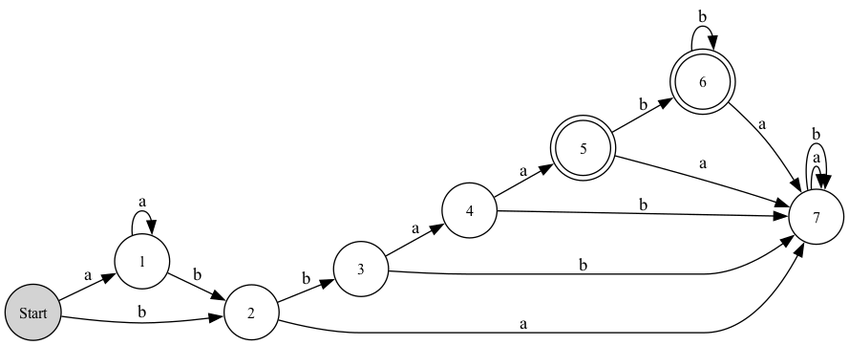
Earlier version of the Graphviz export pngs/dfa_graph.png (estebandonis/Proyecto1-TeoriaDeLaComputacion). Its source is kept beside it as pngs/dfa_graph.dot.
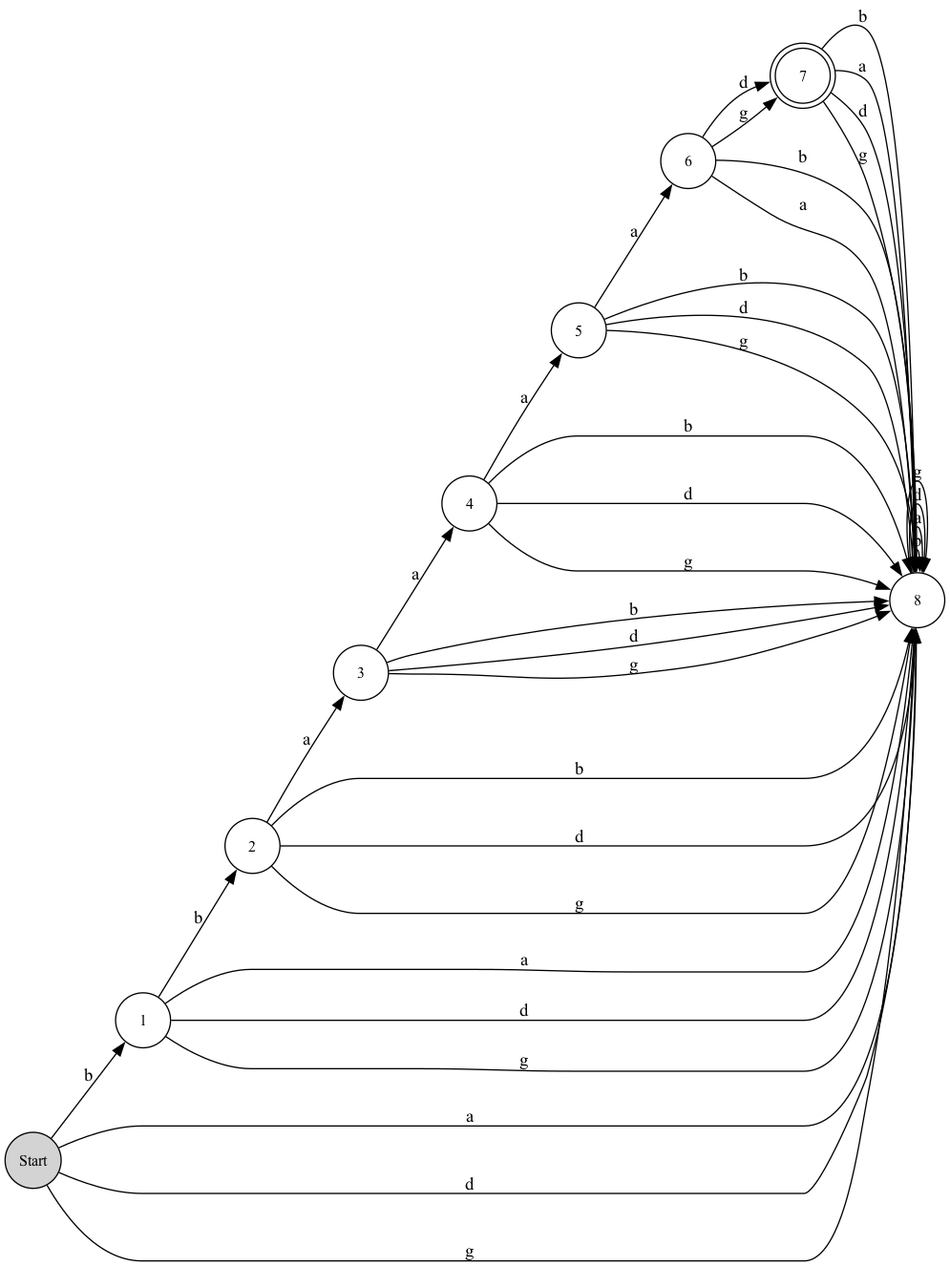
The same diagram one commit later.

The edit, as a diff of the source:
```diff
@@ -1,90 +1,153 @@
 digraph G {
-	graph [bb="0,0,252.29,252.42",
+	graph [bb="0,0,205.56,208.6",
 		rankdir=LR
 	];
 	node [label="\N"];
 	Start	[fontsize=12,
 		height=0.61168,
-		pos="142.59,22.02",
+		pos="115.76,22.02",
 		shape=circle,
 		style=filled,
 		width=0.61168];
 	1	[fontsize=12,
 		height=0.6,
-		pos="206.69,46.412",
+		pos="165.68,53.537",
 		width=0.6];
-	Start -> 1	[label=a,
-		lp="172.63,40.561",
-		pos="e,186.31,38.657 163.58,30.007 167.45,31.483 171.58,33.053 175.68,34.615"];
+	Start -> 1	[label=b,
+		lp="139.56,43.164",
+		pos="e,147.12,41.814 134.64,33.936 135.66,34.581 136.69,35.235 137.74,35.893"];
+	8	[fontsize=12,
+		height=0.6,
+		pos="102.7,104.81",
+		width=0.6];
+	Start -> 8	[label=a,
+		lp="94.963,64.475",
+		pos="e,94.295,84.6 101.42,39.011 97.83,48.934 95.316,61.751 94.509,73.438"];
+	Start -> 8	[label=d,
+		lp="118.79,68.294",
+		pos="e,116.92,88.17 124.18,42.603 124.54,53.148 122.98,66.116 120.15,77.484"];
+	Start -> 8	[label=g,
+		lp="106.71,66.276",
+		pos="e,106.12,83.137 112.26,44.207 110.92,52.694 109.36,62.565 107.9,71.846"];
 	2	[fontsize=12,
 		height=0.6,
-		pos="150.53,97.427",
+		pos="183.96,112",
 		width=0.6];
-	Start -> 2	[label=b,
-		lp="142.6,62.482",
-		pos="e,148.23,75.629 144.93,44.237 145.58,50.505 146.32,57.464 147.03,64.227"];
-	1 -> 1	[label=a,
-		lp="249.29,46.412",
-		pos="e,227.47,39.827 227.47,52.998 237.46,53.81 246.29,51.615 246.29,46.412 246.29,43.404 243.34,41.402 238.92,40.404"];
 	1 -> 2	[label=b,
-		lp="179.36,76.418",
-		pos="e,166.54,82.881 190.44,61.168 185.63,65.541 180.25,70.431 175.03,75.169"];
+		lp="176.5,85.601",
+		pos="e,177.49,91.291 172.18,74.314 172.8,76.296 173.44,78.334 174.08,80.388"];
+	1 -> 8	[label=a,
+		lp="127.82,74.324",
+		pos="e,109.67,84.299 144.12,56.237 135.32,60.894 125.52,68.216 117.51,75.911"];
+	1 -> 8	[label=d,
+		lp="143.06,76.822",
+		pos="e,124.45,102.01 158.67,74.108 152.37,81.721 143.29,89.778 134.2,96.035"];
+	1 -> 8	[label=g,
+		lp="135.08,83.95",
+		pos="e,119.62,91.033 148.81,67.278 142.45,72.451 135.08,78.454 128.11,84.121"];
 	3	[fontsize=12,
 		height=0.6,
-		pos="174.75,168.36",
+		pos="156.52,167.07",
 		width=0.6];
-	2 -> 3	[label=b,
-		lp="157.54,136.09",
-		pos="e,167.75,147.85 157.66,118.32 159.7,124.29 161.97,130.93 164.16,137.36"];
-	7	[fontsize=12,
-		height=0.6,
-		pos="103.65,159.84",
-		width=0.6];
-	2 -> 7	[label=a,
-		lp="133.42,132.45",
-		pos="e,116.64,142.54 137.47,114.81 133.1,120.63 128.13,127.25 123.37,133.58"];
+	2 -> 3	[label=a,
+		lp="169.78,142.68",
+		pos="e,166.24,147.56 174.21,131.57 173.28,133.44 172.32,135.36 171.36,137.29"];
+	2 -> 8	[label=b,
+		lp="153.56,104.91",
+		pos="e,122.36,94.944 166.54,98.893 157.01,96.116 144.92,94.525 133.84,94.436"];
+	2 -> 8	[label=d,
+		lp="151.39,129.42",
+		pos="e,120.33,117.98 164.51,121.85 154.64,122.91 142.46,122.35 131.53,120.49"];
+	2 -> 8	[label=g,
+		lp="145.61,117.16",
+		pos="e,124.53,106.74 162.18,110.07 154.08,109.36 144.68,108.53 135.79,107.74"];
 	4	[fontsize=12,
 		height=0.6,
-		pos="134.56,230.82",
+		pos="98.297,187",
 		width=0.6];
 	3 -> 4	[label=a,
-		lp="160.74,203.04",
-		pos="e,146.45,212.34 162.91,186.76 159.67,191.8 156.08,197.38 152.57,202.82"];
-	3 -> 7	[label=b,
-		lp="141.37,173.01",
-		pos="e,125.24,162.42 153.03,165.75 147.79,165.13 142.08,164.44 136.46,163.77"];
+		lp="129.81,183.44",
+		pos="e,118.92,179.94 135.83,174.15 133.86,174.83 131.83,175.52 129.78,176.22"];
+	3 -> 8	[label=b,
+		lp="139.15,123.86",
+		pos="e,123.57,111.36 153.03,145.41 147.97,136.56 140.14,126.74 132.03,118.81"];
+	3 -> 8	[label=d,
+		lp="120.58,156.42",
+		pos="e,106.16,126.41 135.59,160.48 127.57,154.2 118.98,145.04 112.31,135.86"];
+	3 -> 8	[label=g,
+		lp="129.74,148.25",
+		pos="e,116.79,121.11 142.1,150.39 136.58,144.01 130.16,136.58 124.13,129.6"];
 	5	[fontsize=12,
+		height=0.6,
+		pos="42.848,160.31",
+		width=0.6];
+	4 -> 5	[label=a,
+		lp="72.712,184.38",
+		pos="e,62.49,169.77 78.592,177.52 76.713,176.61 74.779,175.68 72.831,174.74"];
+	4 -> 8	[label=b,
+		lp="109.08,143.85",
+		pos="e,113.19,124 110.8,168.96 113.29,159.09 114.47,146.58 114.12,135.24"];
+	4 -> 8	[label=d,
+		lp="84.567,142.54",
+		pos="e,90.212,122.77 87.791,167.73 86.367,157.65 86.535,145.09 88.094,133.85"];
+	4 -> 8	[label=g,
+		lp="96.822,143.27",
+		pos="e,101.53,126.61 99.477,164.97 99.919,156.71 100.43,147.12 100.92,138.06"];
+	6	[fontsize=12,
+		height=0.6,
+		pos="21.6,102.86",
+		width=0.6];
+	5 -> 6	[label=a,
+		lp="31.193,128.66",
+		pos="e,29.127,123.21 35.297,139.9 34.577,137.95 33.836,135.95 33.089,133.93"];
+	5 -> 8	[label=b,
+		lp="73.71,153.56",
+		pos="e,96.995,125.79 64.263,156.17 72.866,150.86 82.334,142.77 89.906,134.45"];
+	5 -> 8	[label=d,
+		lp="57.015,119.05",
+		pos="e,81.346,108.92 48.594,139.27 54.53,131.09 63.314,122.26 72.185,115.34"];
+	5 -> 8	[label=g,
+		lp="65.342,128.07",
+		pos="e,86.615,119.73 58.887,145.44 64.924,139.84 71.931,133.34 78.547,127.21"];
+	7	[fontsize=12,
 		height=0.71111,
-		pos="62.254,220.73",
+		pos="41.574,47.306",
 		shape=doublecircle,
 		width=0.71111];
-	4 -> 5	[label=a,
-		lp="103.12,235.1",
-		pos="e,88.01,224.32 112.86,227.8 108.59,227.2 103.99,226.56 99.367,225.91"];
-	4 -> 7	[label=b,
-		lp="117.97,192.22",
-		pos="e,112.34,179.79 125.78,210.67 123.02,204.32 119.9,197.16 116.9,190.27"];
-	6	[fontsize=12,
-		height=0.71111,
-		pos="25.6,160.72",
-		shape=doublecircle,
-		width=0.71111];
-	5 -> 6	[label=b,
-		lp="50.285,187.36",
-		pos="e,39.039,182.72 48.814,198.72 47.568,196.69 46.291,194.59 45.006,192.49"];
-	5 -> 7	[label=a,
-		lp="77.874,185.09",
-		pos="e,91.311,177.99 76.733,199.43 79.408,195.5 82.237,191.33 85.015,187.25"];
-	6 -> 6	[label=b,
-		lp="72.575,160.72",
-		pos="e,50.69,154.01 50.69,167.43 60.754,167.81 69.2,165.57 69.2,160.72 69.2,157.91 66.377,155.98 62.051,154.93"];
-	6 -> 7	[label=a,
-		lp="58.107,168.57",
-		pos="e,81.686,160.08 51.59,160.42 57.687,160.36 64.265,160.28 70.624,160.21"];
-	7 -> 7	[label=a,
-		lp="146.25,159.84",
-		pos="e,125.24,156.51 125.24,163.16 134.9,163.47 143.25,162.37 143.25,159.84 143.25,158.41 140.61,157.44 136.58,156.92"];
-	7 -> 7	[label=b,
-		lp="164.63,159.84",
-		pos="e,124.92,154.12 124.92,165.56 142.69,168 161.25,166.09 161.25,159.84 161.25,154.9 149.69,152.67 136.09,153.15"];
+	6 -> 7	[label=d,
+		lp="38.496,76.325",
+		pos="e,39.416,73.045 34.808,85.314 35.018,84.826 35.227,84.333 35.434,83.836"];
+	6 -> 7	[label=g,
+		lp="19.443,71.902",
+		pos="e,26.848,68.526 22.589,80.921 22.737,80.41 22.89,79.898 23.047,79.383"];
+	6 -> 8	[label=b,
+		lp="52.833,101.75",
+		pos="e,81.457,110.31 42.341,109.35 50.771,110.26 60.716,110.72 70.075,110.66"];
+	6 -> 8	[label=a,
+		lp="59.511,89.14",
+		pos="e,81.746,98.3 42.629,97.376 51.093,96.87 61.048,96.895 70.394,97.403"];
+	7 -> 8	[label=b,
+		lp="53.909,78.645",
+		pos="e,80.788,106.12 43.602,72.943 49.731,83.287 60.22,93.875 70.966,100.85"];
+	7 -> 8	[label=a,
+		lp="79.047,68.824",
+		pos="e,102.67,82.864 67.286,47.768 77.985,53.255 89.193,63.08 96.807,73.381"];
+	7 -> 8	[label=d,
+		lp="70.476,77.106",
+		pos="e,91.339,85.95 64.192,60.011 70.546,65.272 77.373,71.534 83.509,77.702"];
+	7 -> 8	[label=g,
+		lp="68.426,86.46",
+		pos="e,83.179,94.623 55.634,69.109 61.272,75.129 67.938,81.562 74.468,87.311"];
+	8 -> 8	[label=b,
+		lp="145.67,104.81",
+		pos="e,124.69,103.14 124.69,106.48 134.17,106.62 142.3,106.06 142.3,104.81 142.3,104.13 139.87,103.65 136.12,103.39"];
+	8 -> 8	[label=a,
+		lp="199.3,104.81",
+		pos="e,124.32,100.5 124.32,109.12 156.28,113.45 196.3,112.02 196.3,104.81 196.3,98.421 164.84,96.569 135.42,99.253"];
+	8 -> 8	[label=d,
+		lp="181.67,104.81",
+		pos="e,124.37,101.1 124.37,108.53 149.35,111.17 178.3,109.93 178.3,104.81 178.3,100.46 157.31,98.911 135.65,100.18"];
+	8 -> 8	[label=g,
+		lp="163.67,104.81",
+		pos="e,124.56,101.91 124.56,107.71 142.15,108.87 160.3,107.91 160.3,104.81 160.3,102.39 149.22,101.28 135.99,101.46"];
 }
```
